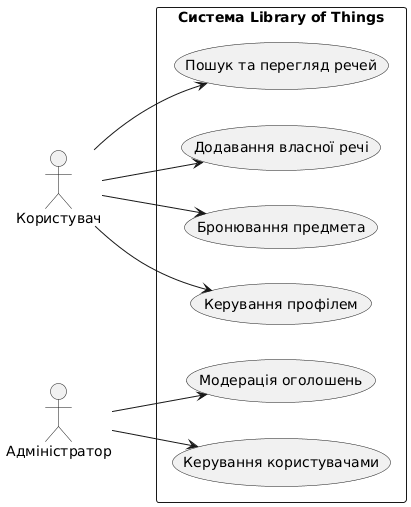
senyasaysmeow/IK-33-Veresotskyi-Arsenii-Backend-Labs keeps this PlantUML diagram as static/assets/labs/lab-1/screen-1.png. Above is the earlier version.
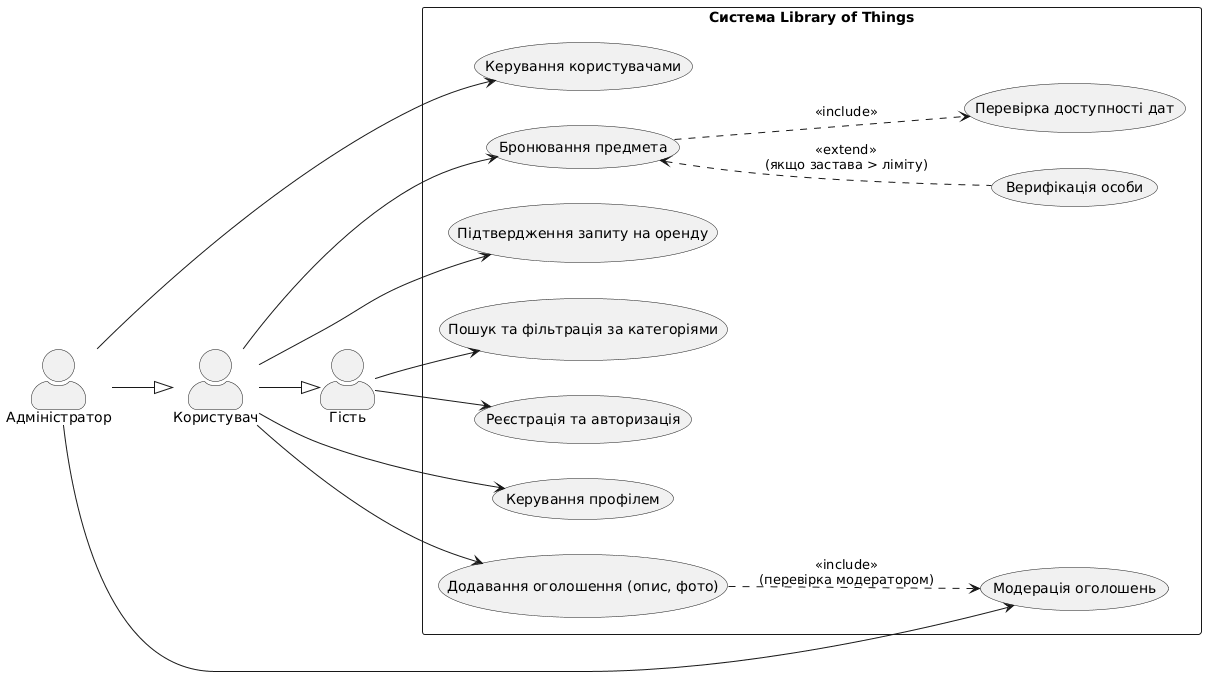
The same diagram one commit later.

Commit message:
Fix: rewrote the project goal and use-case diagram

The edit, as a diff of the source:
```diff
@@ -1,24 +1,43 @@
 @startuml
 left to right direction
+skinparam packageStyle rectangle
+skinparam actorStyle awesome
 
-actor "Користувач" as U
-actor "Адміністратор" as A
+actor "Гість" as Guest
+actor "Користувач" as User
+actor "Адміністратор" as Admin
+
+User --|> Guest
+Admin --|> User
 
 rectangle "Система Library of Things" {
+    usecase "Пошук та фільтрація за категоріями" as UC_Search
+    usecase "Реєстрація та авторизація" as UC_Auth
 
-    usecase "Пошук та перегляд речей" as UC1
-    usecase "Додавання власної речі" as UC2
-    usecase "Бронювання предмета" as UC3
-    usecase "Керування профілем" as UC4
-    usecase "Модерація оголошень" as UC5
-    usecase "Керування користувачами" as UC6
+    usecase "Керування профілем" as UC_Profile
+    usecase "Додавання оголошення (опис, фото)" as UC_AddItem
+    usecase "Бронювання предмета" as UC_Book
+    usecase "Підтвердження запиту на оренду" as UC_Confirm
+
+    usecase "Модерація оголошень" as UC_ModItems
+    usecase "Перевірка доступності дат" as UC_CheckDates
+    usecase "Верифікація особи" as UC_Verify
+
+    usecase "Керування користувачами" as UC_ModUsers
+
+    UC_Book ..> UC_CheckDates : <<include>>
+    UC_Book <.. UC_Verify : <<extend>>\n(якщо застава > ліміту)
+    UC_AddItem ..> UC_ModItems : <<include>>\n(перевірка модератором)
 }
 
-U --> UC1
-U --> UC2
-U --> UC3
-U --> UC4
+Guest --> UC_Auth
+Guest --> UC_Search
 
-A --> UC5
-A --> UC6
+User --> UC_Profile
+User --> UC_AddItem
+User --> UC_Book
+User --> UC_Confirm
+
+Admin --> UC_ModUsers
+Admin --> UC_ModItems
 @enduml
```
